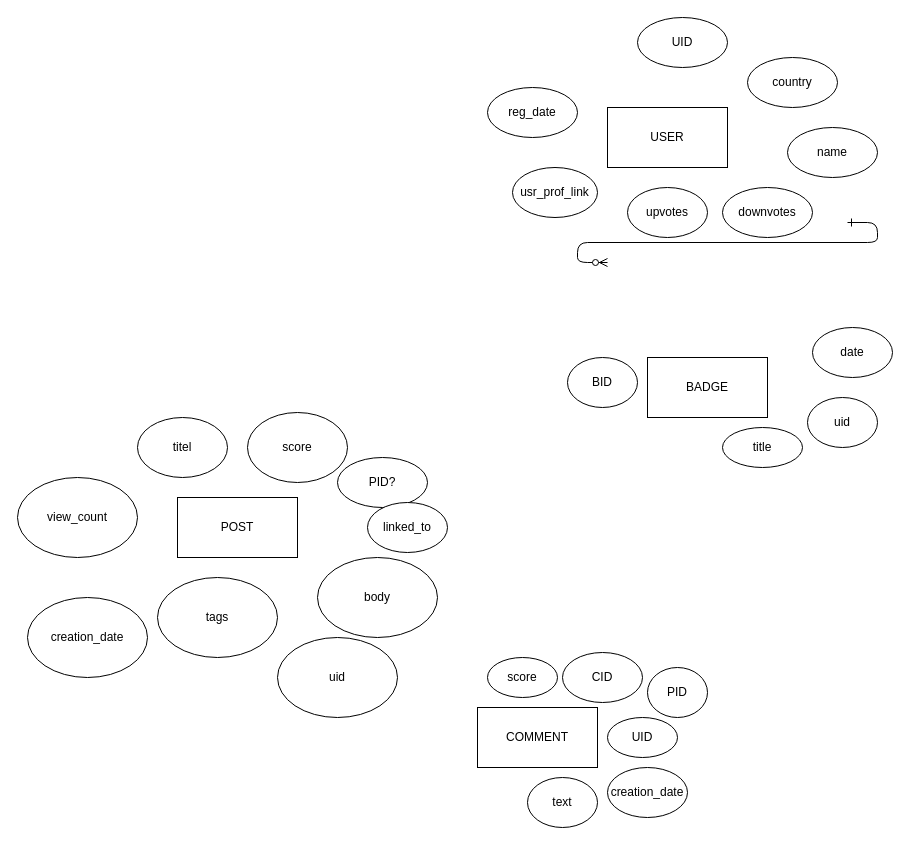
Earlier version of the draw.io diagram Untitled Diagram.drawio (TrueMage/draw). Source tidied: cells renumbered, new cells numbered last; positions are measured from the earlier drawing's top-left corner, leaving out a move shared by most shapes. Both pictures are drawn from the tidied source at 100%, with x=0, y=0 at pixel (17, 17).
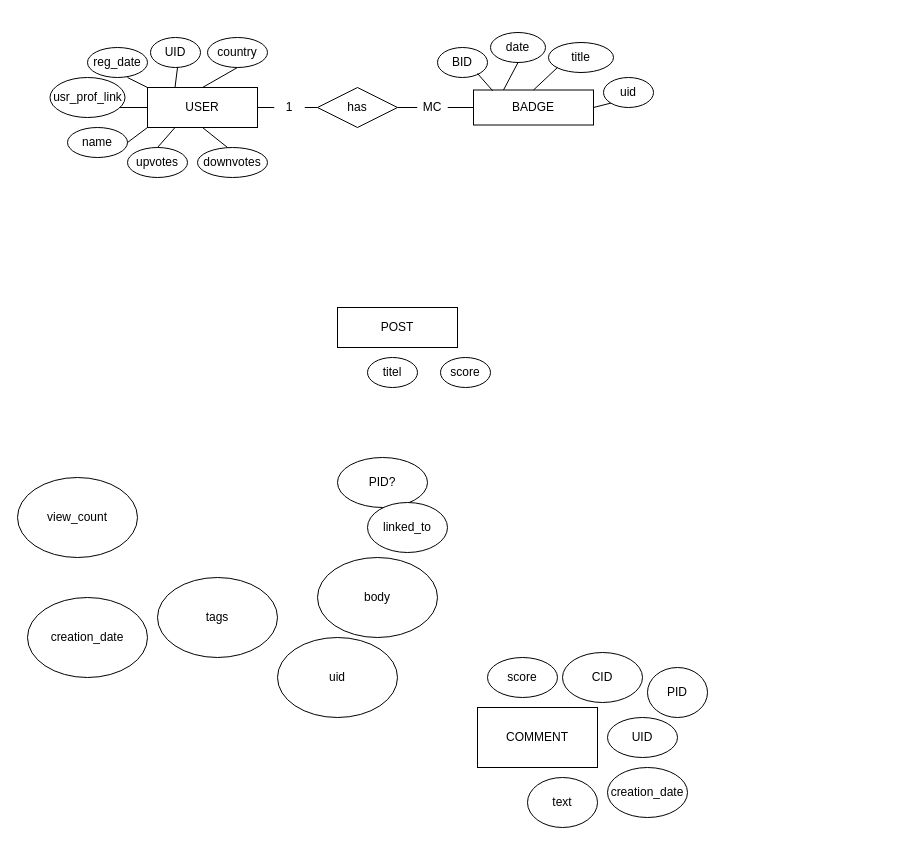
The same diagram, later.

What changed in the source:
```diff
@@
-    <mxCell id="2" style="edgeStyle=entityRelationEdgeStyle;endArrow=ERzeroToMany;startArrow=ERone;endFill=1;startFill=0;" parent="1" edge="1">
-      <mxGeometry relative="1" as="geometry">
-        <mxPoint x="830" y="205" as="sourcePoint" />
-        <mxPoint x="590" y="245" as="targetPoint" />
-      </mxGeometry>
-    </mxCell>
     <mxCell id="3" value="&lt;div&gt;USER&lt;/div&gt;" style="rounded=0;whiteSpace=wrap;html=1;" parent="1" vertex="1">
-      <mxGeometry x="590" y="90" width="120" height="60" as="geometry" />
+      <mxGeometry x="130" y="70" width="110" height="40" as="geometry" />
     </mxCell>
     <mxCell id="4" value="&lt;div&gt;UID&lt;/div&gt;" style="ellipse;whiteSpace=wrap;html=1;" parent="1" vertex="1">
-      <mxGeometry x="620" width="90" height="50" as="geometry" />
+      <mxGeometry x="133" y="20" width="50" height="30" as="geometry" />
     </mxCell>
     <mxCell id="5" value="&lt;div&gt;name&lt;/div&gt;" style="ellipse;whiteSpace=wrap;html=1;" parent="1" vertex="1">
-      <mxGeometry x="770" y="110" width="90" height="50" as="geometry" />
+      <mxGeometry x="50" y="110" width="60" height="30" as="geometry" />
     </mxCell>
     <mxCell id="6" value="&lt;div&gt;country&lt;/div&gt;" style="ellipse;whiteSpace=wrap;html=1;" parent="1" vertex="1">
-      <mxGeometry x="730" y="40" width="90" height="50" as="geometry" />
+      <mxGeometry x="190" y="20" width="60" height="30" as="geometry" />
     </mxCell>
     <mxCell id="7" value="reg_date" style="ellipse;whiteSpace=wrap;html=1;" parent="1" vertex="1">
-      <mxGeometry x="470" y="70" width="90" height="50" as="geometry" />
+      <mxGeometry x="70" y="30" width="60" height="30" as="geometry" />
     </mxCell>
     <mxCell id="8" value="&lt;div&gt;usr_prof_link&lt;/div&gt;" style="ellipse;whiteSpace=wrap;html=1;" parent="1" vertex="1">
-      <mxGeometry x="495" y="150" width="85" height="50" as="geometry" />
+      <mxGeometry x="32.5" y="60" width="75" height="40" as="geometry" />
     </mxCell>
     <mxCell id="9" value="&lt;div&gt;upvotes&lt;/div&gt;" style="ellipse;whiteSpace=wrap;html=1;" parent="1" vertex="1">
-      <mxGeometry x="610" y="170" width="80" height="50" as="geometry" />
+      <mxGeometry x="110" y="130" width="60" height="30" as="geometry" />
     </mxCell>
     <mxCell id="10" value="downvotes" style="ellipse;whiteSpace=wrap;html=1;" parent="1" vertex="1">
-      <mxGeometry x="705" y="170" width="90" height="50" as="geometry" />
+      <mxGeometry x="180" y="130" width="70" height="30" as="geometry" />
     </mxCell>
     <mxCell id="11" value="&lt;div&gt;BADGE&lt;/div&gt;" style="rounded=0;whiteSpace=wrap;html=1;" parent="1" vertex="1">
-      <mxGeometry x="630" y="340" width="120" height="60" as="geometry" />
+      <mxGeometry x="456" y="72.5" width="120" height="35" as="geometry" />
     </mxCell>
     <mxCell id="12" value="BID" style="ellipse;whiteSpace=wrap;html=1;" parent="1" vertex="1">
-      <mxGeometry x="550" y="340" width="70" height="50" as="geometry" />
+      <mxGeometry x="420" y="30" width="50" height="30" as="geometry" />
     </mxCell>
     <mxCell id="13" value="&lt;div&gt;title&lt;/div&gt;" style="ellipse;whiteSpace=wrap;html=1;" parent="1" vertex="1">
-      <mxGeometry x="705" y="410" width="80" height="40" as="geometry" />
+      <mxGeometry x="531" y="25" width="65" height="30" as="geometry" />
     </mxCell>
     <mxCell id="14" value="date" style="ellipse;whiteSpace=wrap;html=1;" parent="1" vertex="1">
-      <mxGeometry x="795" y="310" width="80" height="50" as="geometry" />
+      <mxGeometry x="473" y="15" width="55" height="30" as="geometry" />
     </mxCell>
     <mxCell id="15" value="uid" style="ellipse;whiteSpace=wrap;html=1;" parent="1" vertex="1">
-      <mxGeometry x="790" y="380" width="70" height="50" as="geometry" />
+      <mxGeometry x="586" y="60" width="50" height="30" as="geometry" />
     </mxCell>
     <mxCell id="16" value="POST" style="rounded=0;whiteSpace=wrap;html=1;" parent="1" vertex="1">
-      <mxGeometry x="160" y="480" width="120" height="60" as="geometry" />
+      <mxGeometry x="320" y="290" width="120" height="40" as="geometry" />
     </mxCell>
@@
     <mxCell id="18" value="titel" style="ellipse;whiteSpace=wrap;html=1;" parent="1" vertex="1">
-      <mxGeometry x="120" y="400" width="90" height="60" as="geometry" />
+      <mxGeometry x="350" y="340" width="50" height="30" as="geometry" />
     </mxCell>
@@
     <mxCell id="23" value="score" style="ellipse;whiteSpace=wrap;html=1;" parent="1" vertex="1">
-      <mxGeometry x="230" y="395" width="100" height="70" as="geometry" />
+      <mxGeometry x="423" y="340" width="50" height="30" as="geometry" />
     </mxCell>
@@
+    <mxCell id="33" value="&lt;div&gt;has&lt;/div&gt;" style="rhombus;whiteSpace=wrap;html=1;" parent="1" vertex="1">
+      <mxGeometry x="300" y="70" width="80" height="40" as="geometry" />
+    </mxCell>
+    <mxCell id="34" style="endArrow=none;html=1;rounded=0;entryX=1;entryY=0.5;entryDx=0;entryDy=0;exitX=0;exitY=0.5;exitDx=0;exitDy=0;" parent="1" edge="1" source="48" target="3">
+      <mxGeometry relative="1" as="geometry" />
+    </mxCell>
+    <mxCell id="35" style="endArrow=none;html=1;rounded=0;entryX=0;entryY=0.5;entryDx=0;entryDy=0;" parent="1" edge="1" source="46" target="11">
+      <mxGeometry relative="1" as="geometry" />
+    </mxCell>
+    <mxCell id="36" style="endArrow=none;html=1;rounded=0;exitX=0.5;exitY=0;exitDx=0;exitDy=0;entryX=0.5;entryY=1;entryDx=0;entryDy=0;" parent="1" edge="1" source="3" target="6">
+      <mxGeometry relative="1" as="geometry" />
+    </mxCell>
+    <mxCell id="37" style="endArrow=none;html=1;rounded=0;entryX=0.5;entryY=1;entryDx=0;entryDy=0;" parent="1" edge="1" target="3">
+      <mxGeometry relative="1" as="geometry">
+        <mxPoint x="210" y="130" as="sourcePoint" />
+      </mxGeometry>
+    </mxCell>
+    <mxCell id="38" style="endArrow=none;html=1;rounded=0;entryX=0;entryY=1;entryDx=0;entryDy=0;exitX=1;exitY=0.5;exitDx=0;exitDy=0;" parent="1" edge="1" source="5" target="3">
+      <mxGeometry relative="1" as="geometry" />
+    </mxCell>
+    <mxCell id="39" style="endArrow=none;html=1;rounded=0;exitX=0.5;exitY=0;exitDx=0;exitDy=0;entryX=0.25;entryY=1;entryDx=0;entryDy=0;" parent="1" edge="1" source="9" target="3">
+      <mxGeometry relative="1" as="geometry" />
+    </mxCell>
+    <mxCell id="40" style="endArrow=none;html=1;rounded=0;" parent="1" edge="1">
+      <mxGeometry relative="1" as="geometry">
+        <mxPoint x="102" y="90" as="sourcePoint" />
+        <mxPoint x="130" y="90" as="targetPoint" />
+      </mxGeometry>
+    </mxCell>
+    <mxCell id="41" style="endArrow=none;html=1;rounded=0;entryX=0.25;entryY=0;entryDx=0;entryDy=0;" parent="1" edge="1" target="3">
+      <mxGeometry relative="1" as="geometry">
+        <mxPoint x="160" y="50" as="sourcePoint" />
+      </mxGeometry>
+    </mxCell>
+    <mxCell id="42" style="endArrow=none;html=1;rounded=0;entryX=0;entryY=0;entryDx=0;entryDy=0;" parent="1" edge="1" target="3">
+      <mxGeometry relative="1" as="geometry">
+        <mxPoint x="110" y="60" as="sourcePoint" />
+      </mxGeometry>
+    </mxCell>
+    <mxCell id="43" style="endArrow=none;html=1;rounded=0;exitX=0.5;exitY=0;exitDx=0;exitDy=0;" parent="1" edge="1" source="11">
+      <mxGeometry relative="1" as="geometry">
+        <mxPoint x="540" y="50" as="targetPoint" />
+      </mxGeometry>
+    </mxCell>
+    <mxCell id="44" style="endArrow=none;html=1;rounded=0;entryX=0.5;entryY=1;entryDx=0;entryDy=0;exitX=0.25;exitY=0;exitDx=0;exitDy=0;" parent="1" edge="1" source="11" target="14">
+      <mxGeometry relative="1" as="geometry" />
+    </mxCell>
+    <mxCell id="45" style="endArrow=none;html=1;rounded=0;entryX=0;entryY=0.5;entryDx=0;entryDy=0;" parent="1" edge="1" target="46">
+      <mxGeometry relative="1" as="geometry">
+        <mxPoint x="380" y="90" as="sourcePoint" />
+      </mxGeometry>
+    </mxCell>
+    <mxCell id="46" value="MC" style="text;html=1;align=center;verticalAlign=middle;whiteSpace=wrap;rounded=0;fillColor=default;fillStyle=solid;" parent="1" vertex="1">
+      <mxGeometry x="400" y="85" width="30" height="10" as="geometry" />
+    </mxCell>
+    <mxCell id="47" style="endArrow=none;html=1;rounded=0;entryX=1;entryY=0.5;entryDx=0;entryDy=0;exitX=0;exitY=0.5;exitDx=0;exitDy=0;" parent="1" edge="1" source="33" target="48">
+      <mxGeometry relative="1" as="geometry" />
+    </mxCell>
+    <mxCell id="48" value="1" style="text;html=1;align=center;verticalAlign=middle;whiteSpace=wrap;rounded=0;fillColor=default;fillStyle=solid;" parent="1" vertex="1">
+      <mxGeometry x="257" y="85" width="30" height="10" as="geometry" />
+    </mxCell>
+    <mxCell id="49" style="endArrow=none;html=1;rounded=0;exitX=1;exitY=0.5;exitDx=0;exitDy=0;entryX=0;entryY=1;entryDx=0;entryDy=0;" parent="1" edge="1" source="11" target="15">
+      <mxGeometry relative="1" as="geometry" />
+    </mxCell>
+    <mxCell id="50" style="endArrow=none;html=1;rounded=0;exitX=0.077;exitY=0.078;exitDx=0;exitDy=0;exitPerimeter=0;" parent="1" edge="1">
+      <mxGeometry relative="1" as="geometry">
+        <mxPoint x="475.2" y="73.3" as="sourcePoint" />
+        <mxPoint x="460" y="56" as="targetPoint" />
+      </mxGeometry>
+    </mxCell>
```
